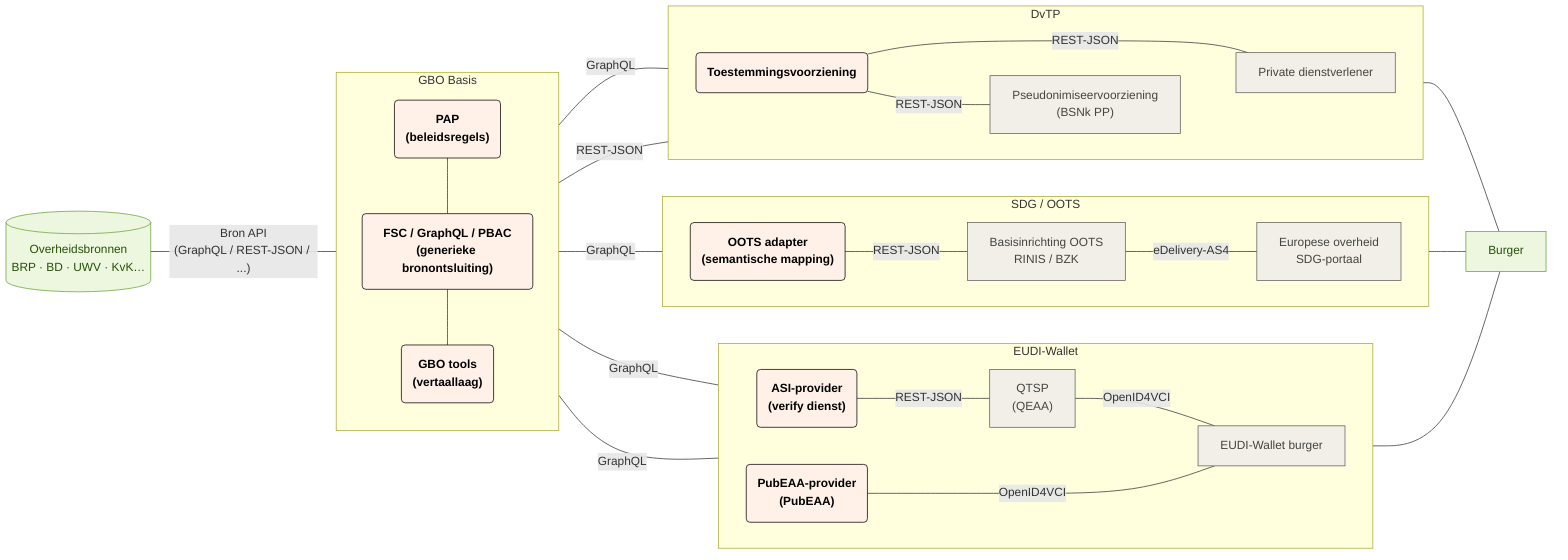
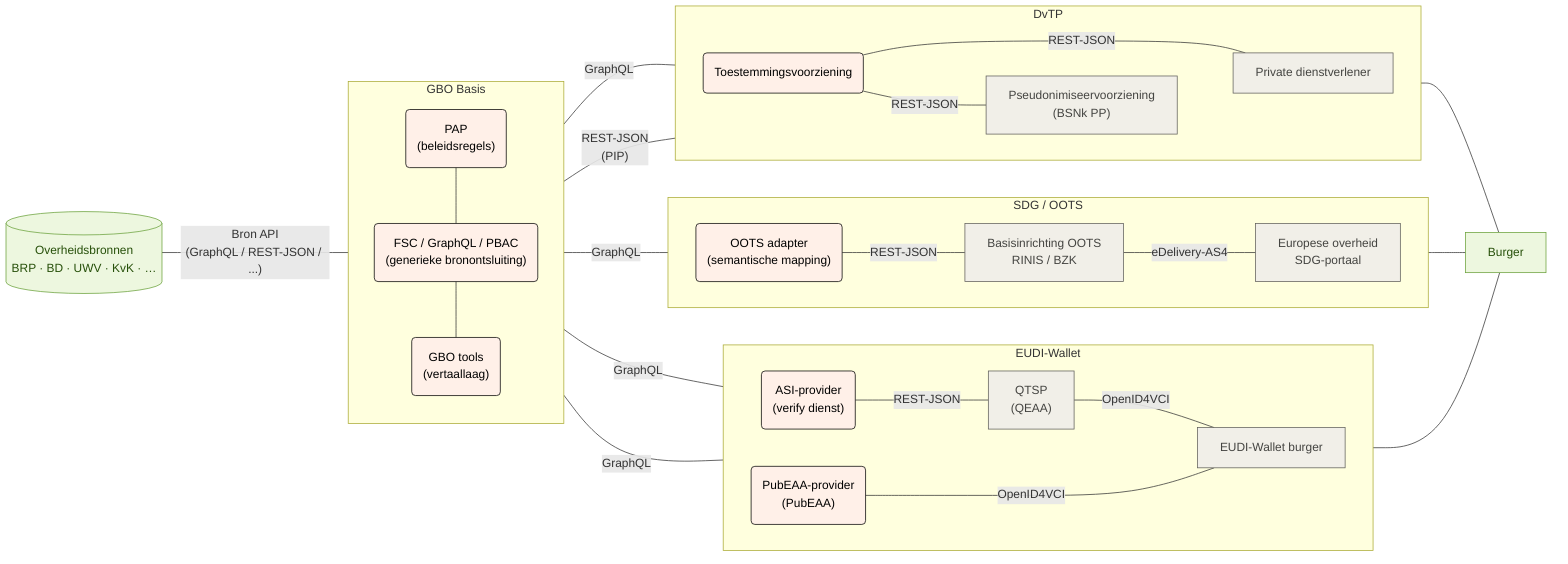
flowchart LR
  subgraph gbo["GBO Basis"]
    direction TB
-         fsc_pap("`**PAP<br/>(beleidsregels)**`")
-         fsc("`**FSC / GraphQL / PBAC<br/>(generieke bronontsluiting)**`")
-         fsc_tools("`**GBO tools<br/>(vertaallaag)**`")
+         fsc_pap("PAP<br/>(beleidsregels)")
+         fsc("FSC / GraphQL / PBAC<br/>(generieke bronontsluiting)")
+         fsc_tools("GBO tools<br/>(vertaallaag)")
  end
  subgraph eudi["EUDI-Wallet"]
    direction LR
-         eudi_asi("`**ASI-provider<br/>(verify dienst)**`")
-         eudi_pubeaa("`**PubEAA-provider<br/>(PubEAA)**`")
+         eudi_asi("ASI-provider<br/>(verify dienst)")
+         eudi_pubeaa("PubEAA-provider<br/>(PubEAA)")
        eudi_qeaa["QTSP<br/>(QEAA)"]
        eudi_wallet["EUDI-Wallet burger"]
  end
  subgraph oots["SDG / OOTS"]
    direction LR
-         oots_adapter("`**OOTS adapter<br/>(semantische mapping)**`")
+         oots_adapter("OOTS adapter<br/>(semantische mapping)")
        oots_basis["Basisinrichting OOTS<br/>RINIS / BZK"]
        oots_afnemer["Europese overheid<br/>SDG-portaal"]
  end
  subgraph dvtp["DvTP"]
    direction LR
-         dvtp_toestemming("`**Toestemmingsvoorziening**`")
+         dvtp_toestemming("Toestemmingsvoorziening")
        dvtp_pseudoniem["Pseudonimiseervoorziening<br/>(BSNk PP)"]
        dvtp_afnemer["Private dienstverlener"]
  end

  fsc_pap --- fsc
  fsc --- fsc_tools
-   bron[("Overheidsbronnen<br/>BRP · BD · UWV · KvK…")] -- Bron API<br/>(GraphQL / REST-JSON / ...) --- gbo
+   bron[("Overheidsbronnen<br/>BRP · BD · UWV · KvK · …")] -- Bron API<br/>(GraphQL / REST-JSON / ...) --- gbo
  eudi_asi -- REST-JSON --- eudi_qeaa
  eudi_qeaa -- OpenID4VCI --- eudi_wallet
  gbo -- GraphQL --- eudi_asi & eudi_pubeaa & oots_adapter & dvtp_afnemer
  eudi_pubeaa -- OpenID4VCI ---- eudi_wallet
  oots_adapter -- REST-JSON --- oots_basis
  oots_basis -- eDelivery-AS4 --- oots_afnemer
-   gbo -- REST-JSON --- dvtp_toestemming
+   gbo -- REST-JSON<br/>(PIP) --- dvtp_toestemming
  dvtp_toestemming -- REST-JSON --- dvtp_afnemer
  dvtp_toestemming -- REST-JSON --- dvtp_pseudoniem
  dvtp_pseudoniem ~~~ dvtp_afnemer
  eudi_wallet --- burger["Burger"]
  oots_afnemer --- burger
  dvtp_afnemer --- burger

  fsc_pap:::gbo
  fsc:::gbo
  fsc_tools:::gbo
  eudi_asi:::gbo
  eudi_pubeaa:::gbo
  eudi_qeaa:::eudi
  eudi_wallet:::eudi
  oots_adapter:::gbo
  oots_basis:::oots
  oots_afnemer:::oots
  dvtp_toestemming:::gbo
  dvtp_pseudoniem:::dvtp
  dvtp_afnemer:::dvtp
  bron:::bron
  burger:::burger

  classDef bron fill:#edf7df,stroke:#6aa13a,color:#27500a
  classDef generiek fill:#f1efe8,stroke:#5f5e5a,color:#444441
  classDef eudi fill:#f1efe8,stroke:#5f5e5a,color:#444441
  classDef oots fill:#f1efe8,stroke:#5f5e5a,color:#444441
  classDef dvtp fill:#f1efe8,stroke:#5f5e5a,color:#444441
  classDef gbo fill:#fff0e8,stroke:#000000,color:#000000
  classDef burger fill:#edf7df,stroke:#6aa13a,color:#27500a
